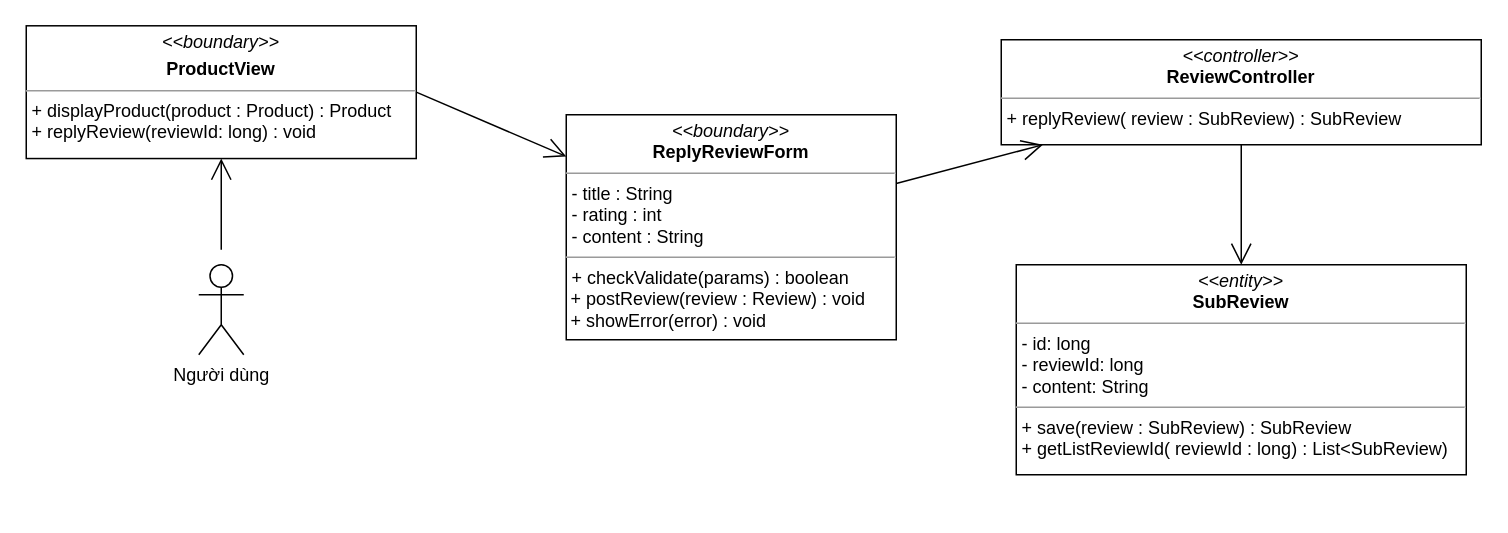
Above: class diagram/reply-review-class-diagram.drawio in nguyenphamvan/datn_20202 (draw.io), before the change. Source tidied: cells renumbered, new cells numbered last; positions are measured from the earlier drawing's top-left corner, leaving out a move shared by most shapes. Both pictures are drawn from the tidied source at 150%, with x=0, y=0 at pixel (26, 26).
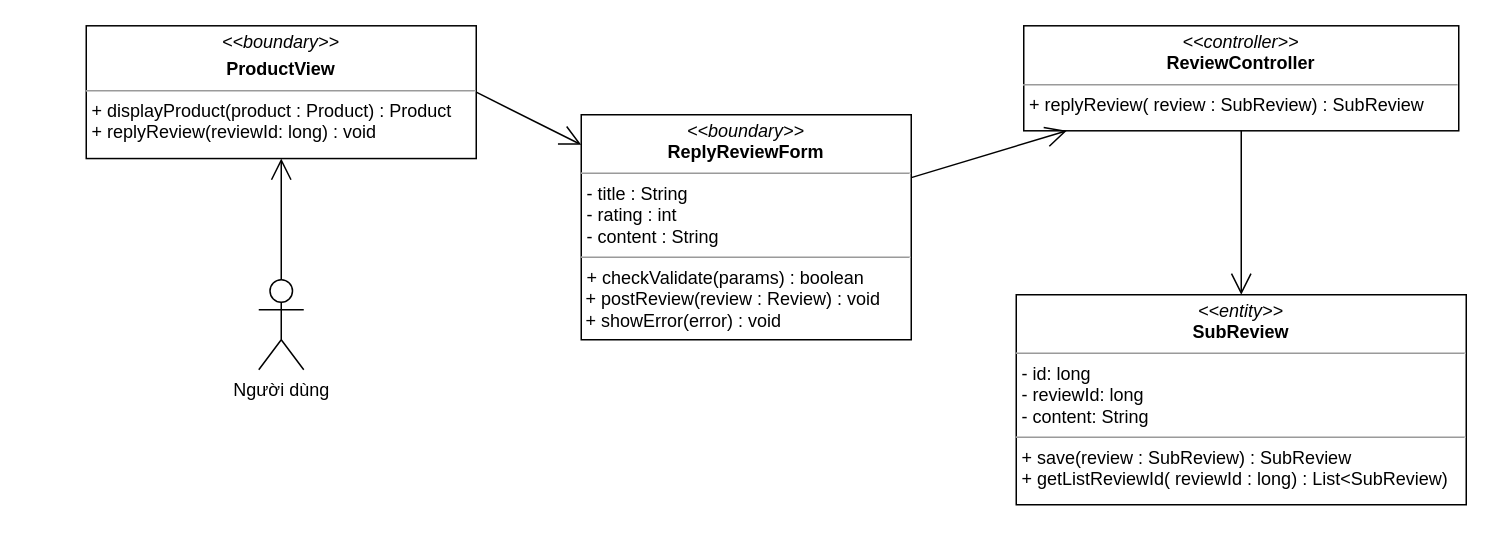
After the change.

The edit, as a diff of the source:
```diff
@@
 <mxGraphModel>
   <root>
     <mxCell id="0" />
     <mxCell id="1" parent="0" />
     <mxCell id="2" value="&lt;p style=&quot;margin: 0px ; margin-top: 4px ; text-align: center&quot;&gt;&lt;i&gt;&amp;lt;&amp;lt;boundary&amp;gt;&amp;gt;&lt;/i&gt;&lt;/p&gt;&lt;p style=&quot;margin: 0px ; margin-top: 4px ; text-align: center&quot;&gt;&lt;b&gt;ProductView&lt;/b&gt;&lt;/p&gt;&lt;hr size=&quot;1&quot;&gt;&lt;p style=&quot;margin: 0px ; margin-left: 4px&quot;&gt;+ displayProduct(product : Product) : Product&lt;/p&gt;&lt;p style=&quot;margin: 0px ; margin-left: 4px&quot;&gt;&lt;span&gt;+ replyReview(reviewId: long) : void&lt;/span&gt;&lt;/p&gt;" style="verticalAlign=top;align=left;overflow=fill;fontSize=12;fontFamily=Helvetica;html=1;" parent="1" vertex="1">
-      <mxGeometry y="-0.3" width="260" height="88.5" as="geometry" />
+      <mxGeometry x="40" y="-0.3" width="260" height="88.5" as="geometry" />
     </mxCell>
     <mxCell id="3" style="endArrow=open;endFill=1;endSize=12;html=1;exitX=1;exitY=0.5;exitDx=0;exitDy=0;" parent="1" edge="1" source="2" target="7">
       <mxGeometry relative="1" as="geometry" />
     </mxCell>
     <mxCell id="4" value="&lt;p style=&quot;margin: 0px ; margin-top: 4px ; text-align: center&quot;&gt;&lt;i&gt;&amp;lt;&amp;lt;entity&amp;gt;&amp;gt;&lt;/i&gt;&lt;br&gt;&lt;b&gt;SubReview&lt;/b&gt;&lt;/p&gt;&lt;hr size=&quot;1&quot;&gt;&lt;p style=&quot;margin: 0px ; margin-left: 4px&quot;&gt;- id: long&lt;/p&gt;&lt;p style=&quot;margin: 0px ; margin-left: 4px&quot;&gt;- reviewId: long&lt;br&gt;- content: String&lt;/p&gt;&lt;hr size=&quot;1&quot;&gt;&lt;p style=&quot;margin: 0px ; margin-left: 4px&quot;&gt;+ save(review : SubReview) : SubReview&lt;/p&gt;&lt;p style=&quot;margin: 0px ; margin-left: 4px&quot;&gt;+ getListReviewId( reviewId : long) : List&amp;lt;SubReview)&lt;br&gt;&lt;/p&gt;" style="verticalAlign=top;align=left;overflow=fill;fontSize=12;fontFamily=Helvetica;html=1;" parent="1" vertex="1">
-      <mxGeometry x="660" y="159" width="300" height="140" as="geometry" />
+      <mxGeometry x="660" y="179" width="300" height="140" as="geometry" />
     </mxCell>
     <mxCell id="5" value="&lt;p style=&quot;margin: 0px ; margin-top: 4px ; text-align: center&quot;&gt;&lt;i&gt;&amp;lt;&amp;lt;controller&amp;gt;&amp;gt;&lt;/i&gt;&lt;br&gt;&lt;b&gt;ReviewController&lt;/b&gt;&lt;br&gt;&lt;/p&gt;&lt;hr size=&quot;1&quot;&gt;&lt;p style=&quot;margin: 0px ; margin-left: 4px&quot;&gt;&lt;span&gt;+ replyReview( review : SubReview) : SubReview&lt;/span&gt;&lt;/p&gt;" style="verticalAlign=top;align=left;overflow=fill;fontSize=12;fontFamily=Helvetica;html=1;" parent="1" vertex="1">
-      <mxGeometry x="650" y="9" width="320" height="70" as="geometry" />
+      <mxGeometry x="665" y="-0.3" width="290" height="70" as="geometry" />
     </mxCell>
     <mxCell id="6" style="endArrow=open;endFill=1;endSize=12;html=1;strokeColor=#000000;" parent="1" edge="1" source="5" target="4">
       <mxGeometry relative="1" as="geometry" />
     </mxCell>
     <mxCell id="7" value="&lt;p style=&quot;margin: 0px ; margin-top: 4px ; text-align: center&quot;&gt;&lt;i&gt;&amp;lt;&amp;lt;boundary&amp;gt;&amp;gt;&lt;/i&gt;&lt;br&gt;&lt;b&gt;ReplyReviewForm&lt;/b&gt;&lt;/p&gt;&lt;hr size=&quot;1&quot;&gt;&lt;p style=&quot;margin: 0px ; margin-left: 4px&quot;&gt;- title : String&lt;br&gt;- rating : int&lt;/p&gt;&lt;p style=&quot;margin: 0px ; margin-left: 4px&quot;&gt;- content : String&lt;/p&gt;&lt;hr size=&quot;1&quot;&gt;&lt;p style=&quot;margin: 0px ; margin-left: 4px&quot;&gt;+ checkValidate(params) : boolean&lt;br&gt;&lt;/p&gt;&amp;nbsp;+ postReview(review : Review) : void&lt;br&gt;&amp;nbsp;+ showError(error) : void" style="verticalAlign=top;align=left;overflow=fill;fontSize=12;fontFamily=Helvetica;html=1;" parent="1" vertex="1">
-      <mxGeometry x="360" y="59" width="220" height="150" as="geometry" />
+      <mxGeometry x="370" y="59" width="220" height="150" as="geometry" />
     </mxCell>
     <mxCell id="8" style="endArrow=open;endFill=1;endSize=12;html=1;" parent="1" edge="1" source="7" target="5">
       <mxGeometry relative="1" as="geometry" />
     </mxCell>
     <mxCell id="9" value="Người dùng" style="shape=umlActor;verticalLabelPosition=bottom;verticalAlign=top;html=1;" parent="1" vertex="1">
-      <mxGeometry x="115" y="159" width="30" height="60" as="geometry" />
+      <mxGeometry x="155" y="169" width="30" height="60" as="geometry" />
     </mxCell>
-    <mxCell id="10" style="endArrow=open;endFill=1;endSize=12;html=1;" parent="1" edge="1" target="2">
-      <mxGeometry relative="1" as="geometry">
-        <mxPoint x="130" y="149" as="sourcePoint" />
-      </mxGeometry>
+    <mxCell id="10" style="endArrow=open;endFill=1;endSize=12;html=1;" parent="1" edge="1" source="9" target="2">
+      <mxGeometry relative="1" as="geometry" />
     </mxCell>
   </root>
 </mxGraphModel>
```
